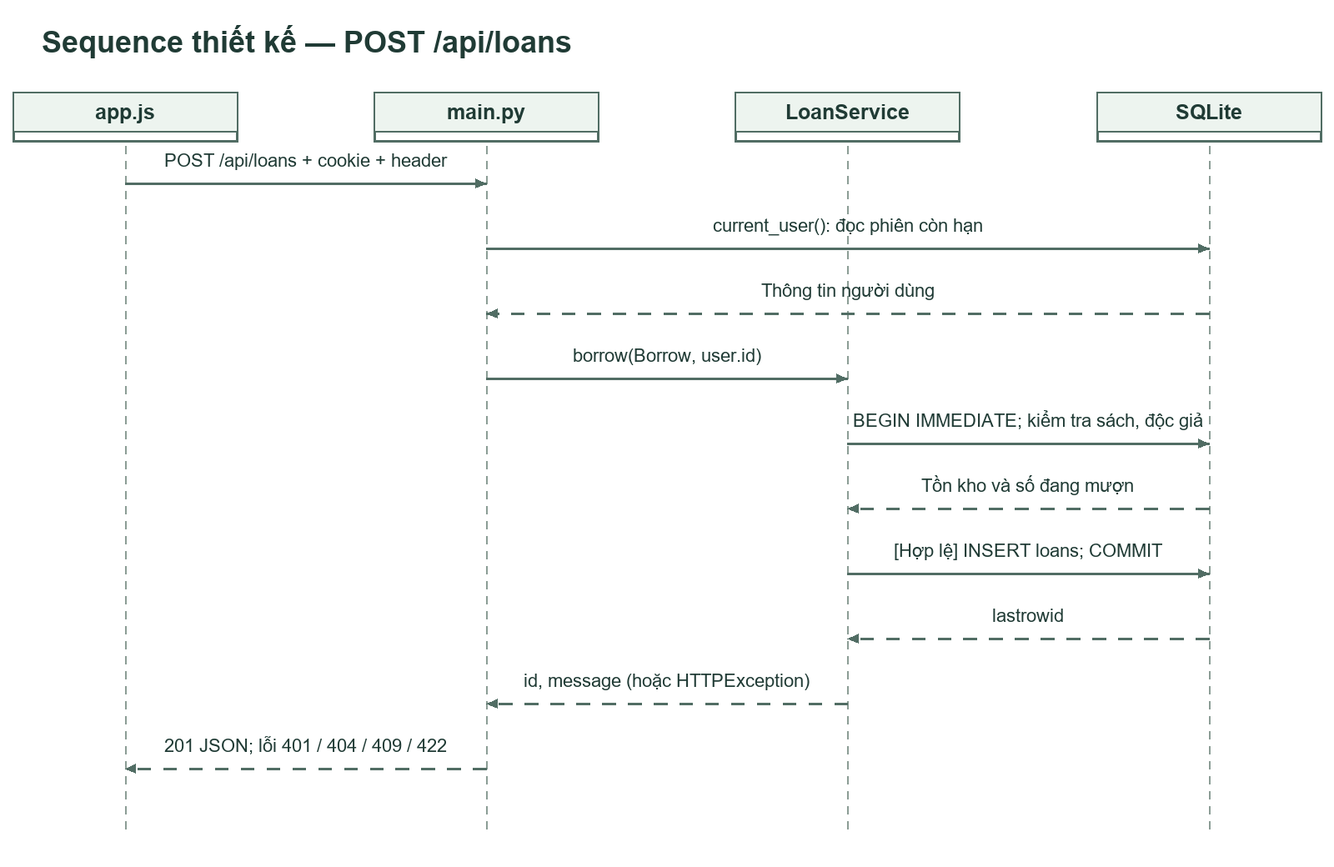
Before: docs/uml/10_design_borrow.png, a diagram exported from PlantUML (khoiln218/ThuVienMini). Its source is kept beside it as docs/uml/10_design_borrow.puml. Its diagram source:
```plantuml
@startuml
skinparam defaultFontName Arial
skinparam shadowing false
participant "app.js" as P0
participant "main.py" as P1
participant "LoanService" as P2
participant "SQLite" as P3
P0 -> P1: POST /api/loans + cookie + header
P1 -> P3: current_user(): đọc phiên còn hạn
P3 --> P1: Thông tin người dùng
P1 -> P2: borrow(Borrow, user.id)
P2 -> P3: BEGIN IMMEDIATE; kiểm tra sách, độc giả
P3 --> P2: Tồn kho và số đang mượn
P2 -> P3: [Hợp lệ] INSERT loans; COMMIT
P3 --> P2: lastrowid
P2 --> P1: id, message (hoặc HTTPException)
P1 --> P0: 201 JSON; lỗi 401 / 404 / 409 / 422

@enduml
```
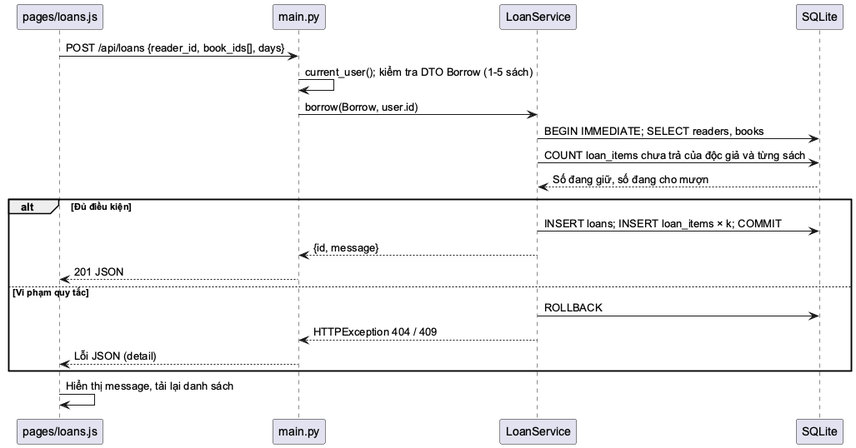
Later version of the same file.

The edit, as a diff of the source:
```diff
@@ -1,19 +1,24 @@
 @startuml
 skinparam defaultFontName Arial
 skinparam shadowing false
-participant "app.js" as P0
+participant "pages/loans.js" as P0
 participant "main.py" as P1
 participant "LoanService" as P2
 participant "SQLite" as P3
-P0 -> P1: POST /api/loans + cookie + header
-P1 -> P3: current_user(): đọc phiên còn hạn
-P3 --> P1: Thông tin người dùng
+P0 -> P1: POST /api/loans {reader_id, book_ids[], days}
+P1 -> P1: current_user(); kiểm tra DTO Borrow (1–5 sách)
 P1 -> P2: borrow(Borrow, user.id)
-P2 -> P3: BEGIN IMMEDIATE; kiểm tra sách, độc giả
-P3 --> P2: Tồn kho và số đang mượn
-P2 -> P3: [Hợp lệ] INSERT loans; COMMIT
-P3 --> P2: lastrowid
-P2 --> P1: id, message (hoặc HTTPException)
-P1 --> P0: 201 JSON; lỗi 401 / 404 / 409 / 422
-
+P2 -> P3: BEGIN IMMEDIATE; SELECT readers, books
+P2 -> P3: COUNT loan_items chưa trả của độc giả và từng sách
+P3 --> P2: Số đang giữ, số đang cho mượn
+alt Đủ điều kiện
+  P2 -> P3: INSERT loans; INSERT loan_items × k; COMMIT
+  P2 --> P1: {id, message}
+  P1 --> P0: 201 JSON
+else Vi phạm quy tắc
+  P2 -> P3: ROLLBACK
+  P2 --> P1: HTTPException 404 / 409
+  P1 --> P0: Lỗi JSON (detail)
+end
+P0 -> P0: Hiển thị message, tải lại danh sách
 @enduml
```
